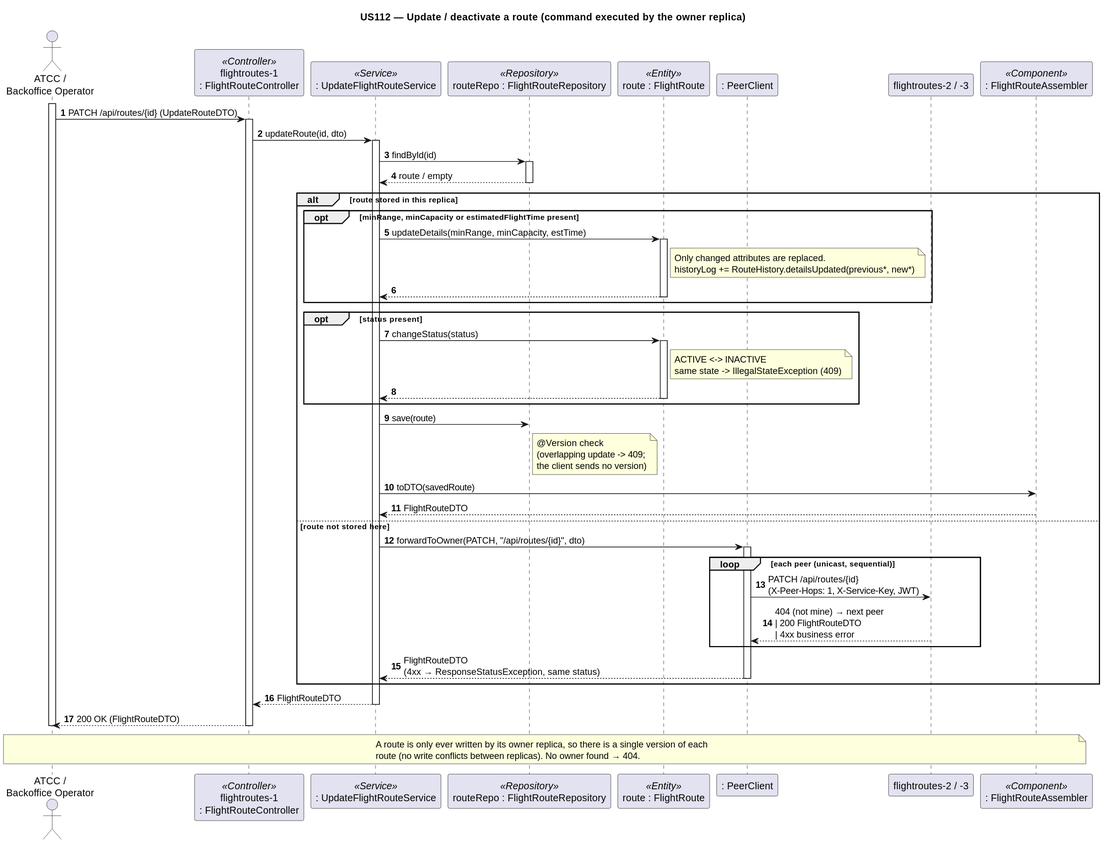
Before: docs/5-scenarios/flightroutes/svg/FlightRoutes-SD-UpdateRoute.svg, a diagram exported from PlantUML (caetanotiago/Project_SIDIS).
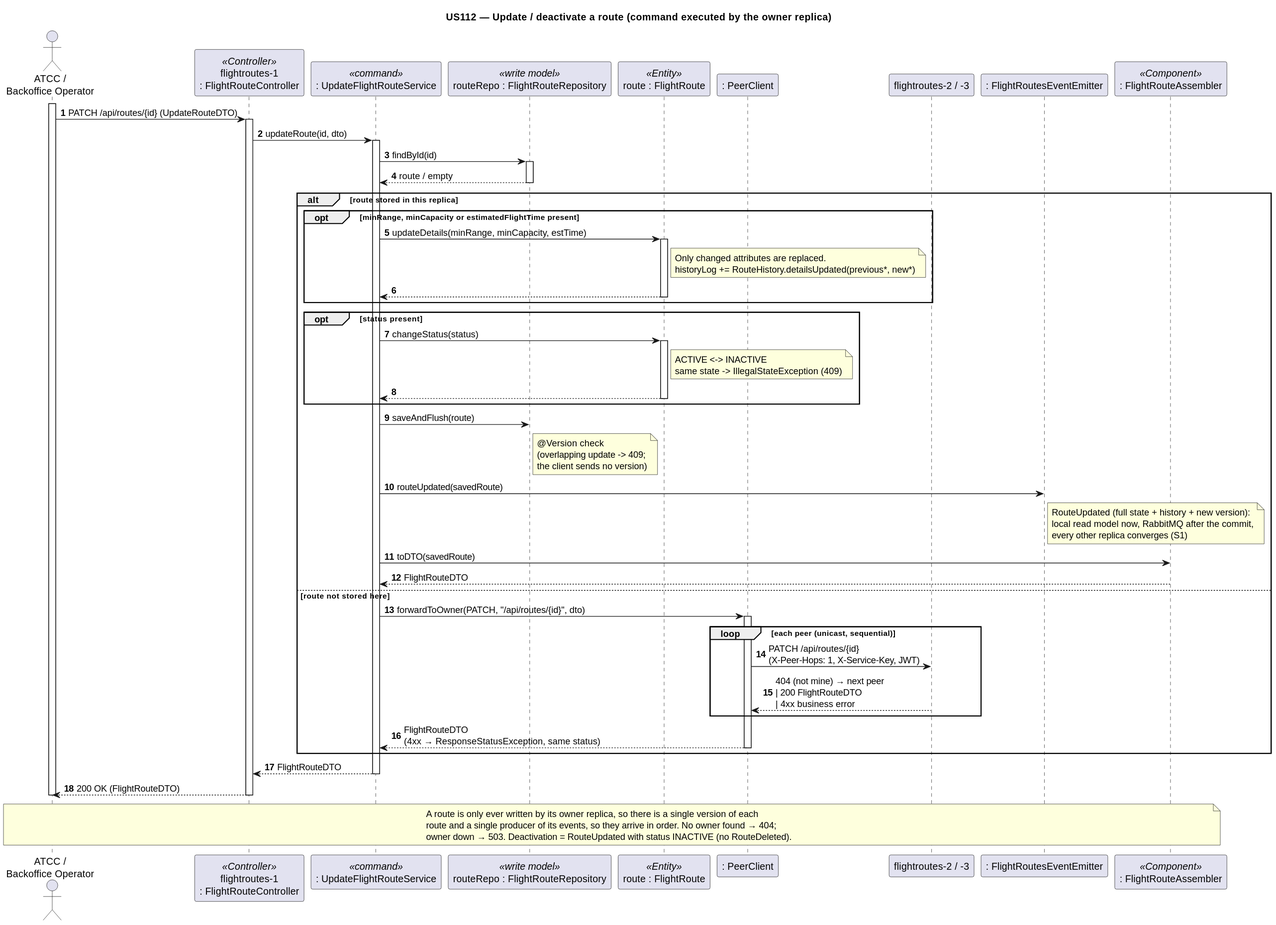
After the commit.

Diff of the diagram source:
```diff
@@ -4,11 +4,12 @@
 actor "ATCC /\nBackoffice Operator" as User
 
 participant "flightroutes-1\n: FlightRouteController" as Ctrl <<Controller>>
-participant ": UpdateFlightRouteService" as Service <<Service>>
-participant "routeRepo : FlightRouteRepository" as RouteRepo <<Repository>>
+participant ": UpdateFlightRouteService" as Service <<command>>
+participant "routeRepo : FlightRouteRepository" as RouteRepo <<write model>>
 participant "route : FlightRoute" as Route <<Entity>>
 participant ": PeerClient" as Peers
 participant "flightroutes-2 / -3" as Owner
+participant ": FlightRoutesEventEmitter" as Emitter
 participant ": FlightRouteAssembler" as Assembler <<Component>>
 
 activate User
@@ -44,8 +45,10 @@
         Route --> Service
         deactivate Route
     end
-    Service -> RouteRepo : save(route)
+    Service -> RouteRepo : saveAndFlush(route)
     note right of RouteRepo : @Version check\n(overlapping update -> 409;\nthe client sends no version)
+    Service -> Emitter : routeUpdated(savedRoute)
+    note right of Emitter : RouteUpdated (full state + history + new version):\nlocal read model now, RabbitMQ after the commit,\nevery other replica converges (S1)
     Service -> Assembler : toDTO(savedRoute)
     Assembler --> Service : FlightRouteDTO
 else route not stored here
@@ -67,6 +70,7 @@
 
 note over User, Assembler
   A route is only ever written by its owner replica, so there is a single version of each
-  route (no write conflicts between replicas). No owner found → 404.
+  route and a single producer of its events, so they arrive in order. No owner found → 404;
+  owner down → 503. Deactivation = RouteUpdated with status INACTIVE (no RouteDeleted).
 end note
 @enduml
```
